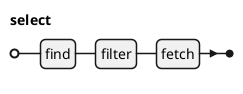
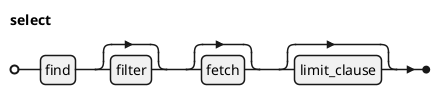
@startebnf
' border and background
skinparam legendBorderColor transparent
skinparam legendBackgroundColor white

'title select

- select = find, filter, fetch
+ select = find, [filter], [fetch], [limit_clause]
;

@endebnf
